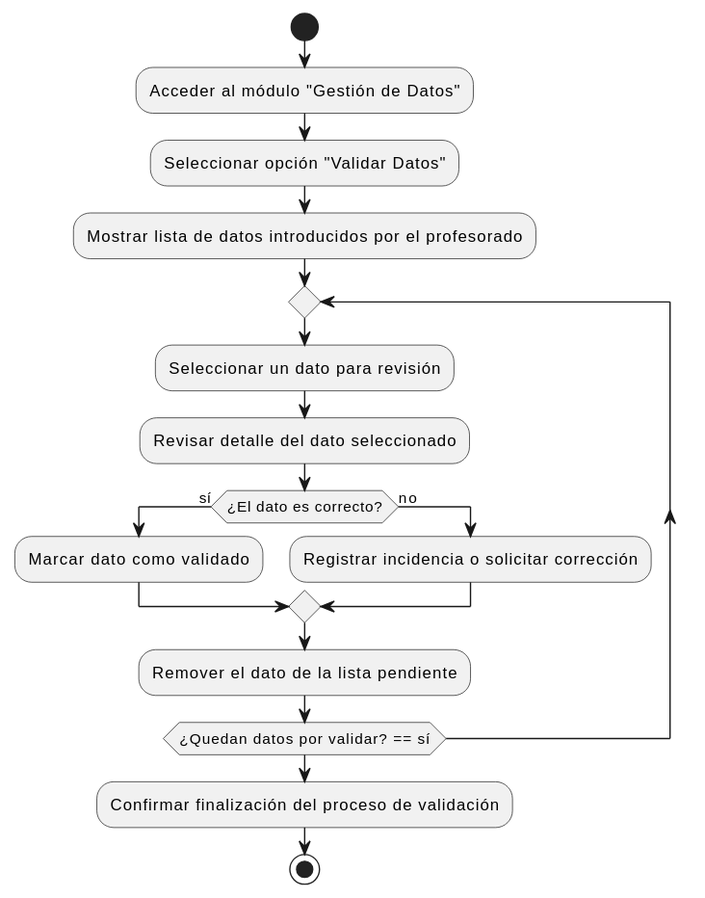
The PlantUML diagram images/modelosUML/CdU/DetallarCasosDeUso/RRHH/ValidarDatos.svg in mmasias/24-25-IdSw1-SDR, before a commit.
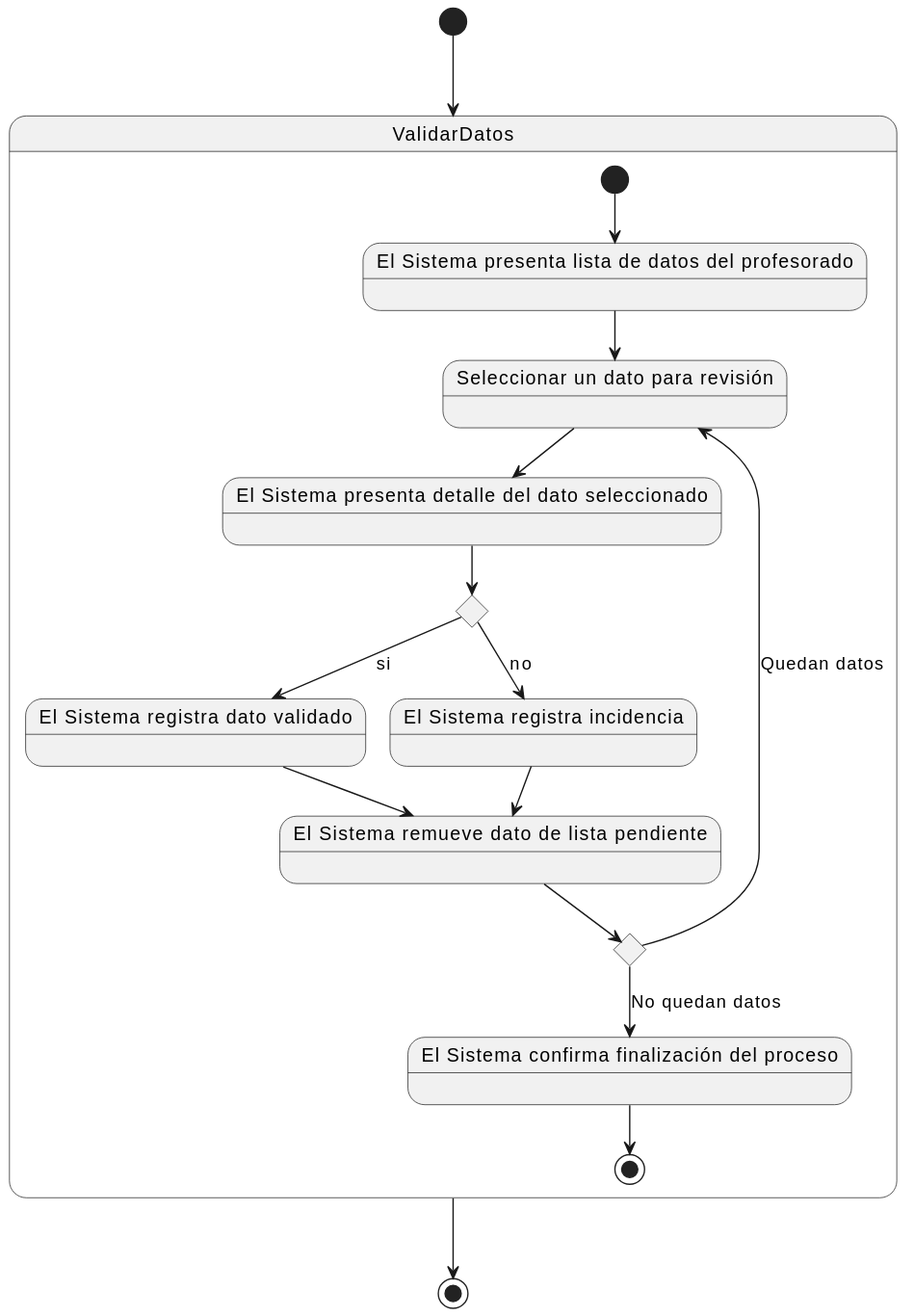
The same file after the commit.

The edit, as a diff of the source:
```diff
@@ -1,23 +1,40 @@
 @startuml
-start
-:Acceder al módulo "Gestión de Datos";
-:Seleccionar opción "Validar Datos";
+[*] --> ValidarDatos
 
-:Mostrar lista de datos introducidos por el profesorado;
+    state ValidarDatos {
+        [*] --> Estado1
 
-repeat
-  :Seleccionar un dato para revisión;
-  :Revisar detalle del dato seleccionado;
+        state "El Sistema presenta lista de datos del profesorado" as Estado1
+        state "Seleccionar un dato para revisión" as Estado2
+        state "El Sistema presenta detalle del dato seleccionado" as Estado3
 
-  if (¿El dato es correcto?) then (sí)
-    :Marcar dato como validado;
-  else (no)
-    :Registrar incidencia o solicitar corrección;
-  endif
+        Estado1 --> Estado2
+        Estado2 --> Estado3
 
-  :Remover el dato de la lista pendiente;
-repeat while (¿Quedan datos por validar? == sí)
+        state choice1 <<choice>>
+        Estado3 --> choice1
 
-:Confirmar finalización del proceso de validación;
-stop
+        choice1 --> Estado4: si
+        choice1 --> Estado5: no
+
+        state "El Sistema registra dato validado" as Estado4
+        state "El Sistema registra incidencia" as Estado5
+
+        state "El Sistema remueve dato de lista pendiente" as Estado6
+
+        Estado4 --> Estado6
+        Estado5 --> Estado6
+
+        state choice2 <<choice>>
+        Estado6 --> choice2
+
+        choice2 --> Estado2: Quedan datos
+        choice2 --> Estado7: No quedan datos
+
+        state "El Sistema confirma finalización del proceso" as Estado7
+
+        Estado7 --> [*]
+    }
+
+    ValidarDatos --> [*]
 @enduml
```
